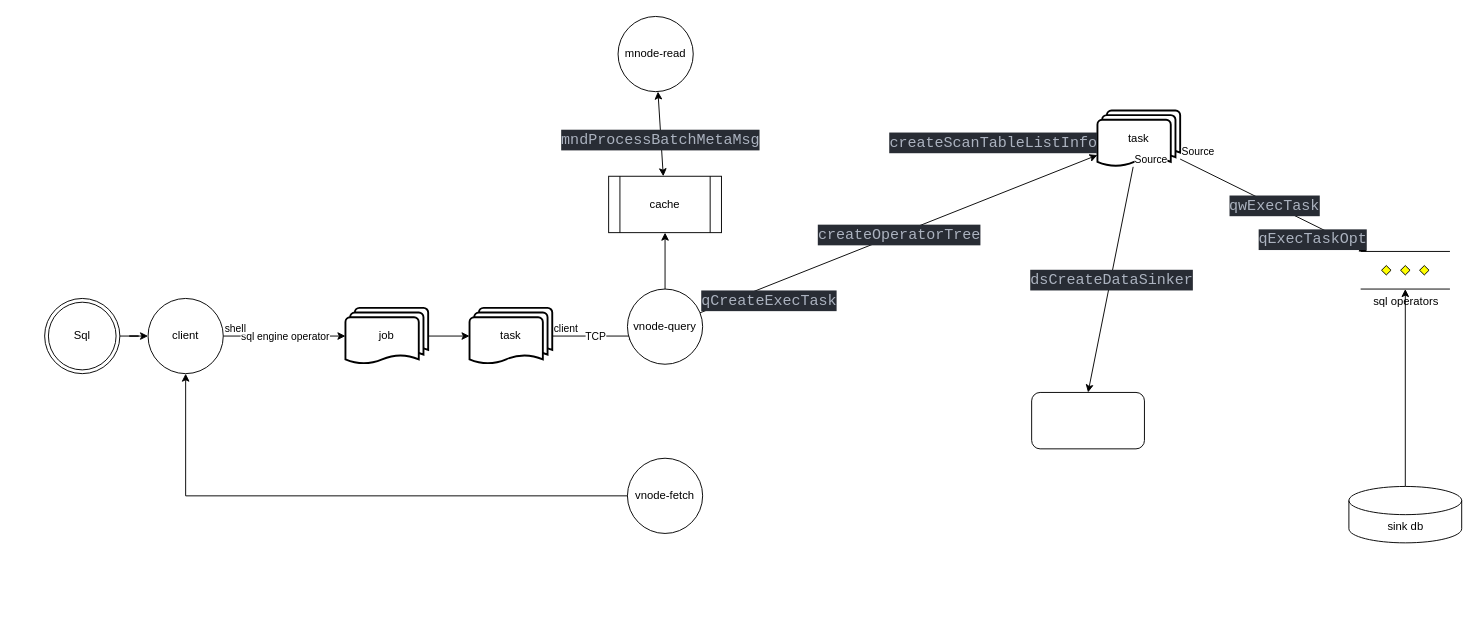
This is TDengine_stream_select.drawio from iTheds/draft_diagrams, a draw.io file, before an edit. Source tidied: cells renumbered, new cells numbered last; positions are measured from the earlier drawing's top-left corner, leaving out a move shared by most shapes. Both pictures are drawn from the tidied source at 94%, with x=0, y=0 at pixel (44, 16).
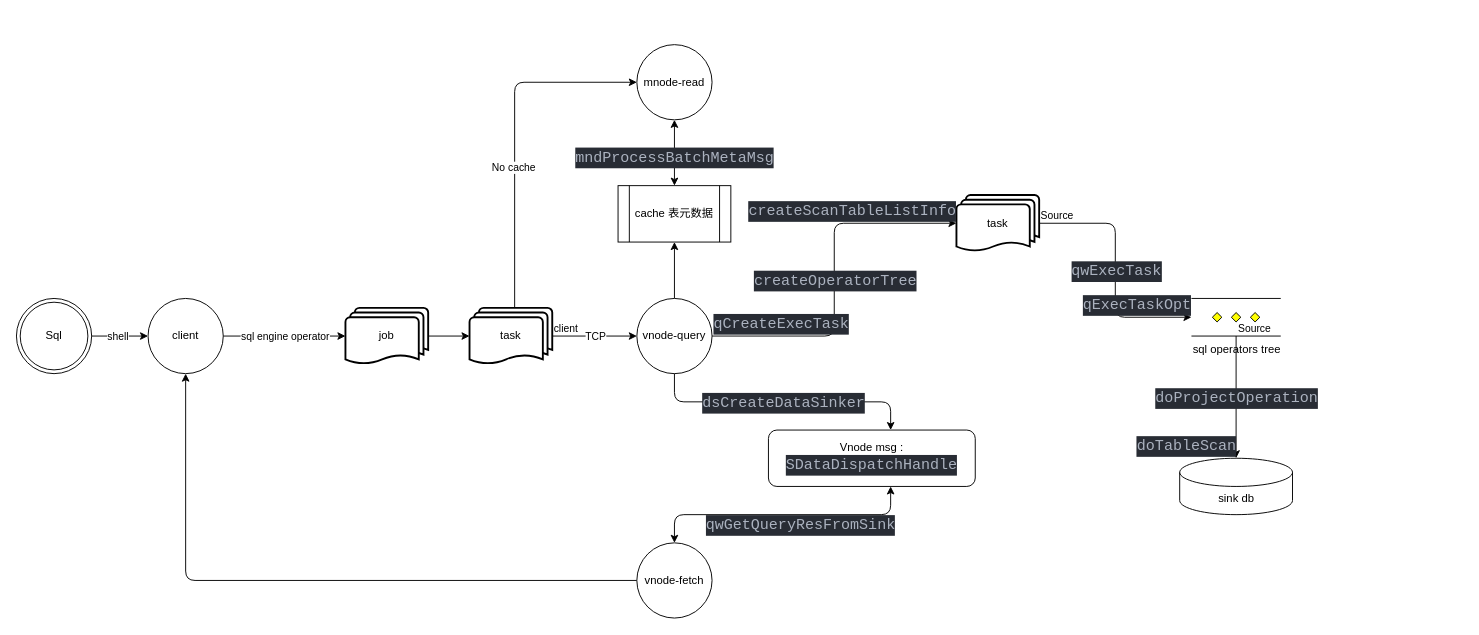
After the change.

The change refers to these unchanged cells:
```xml
<mxCell id="7" style="edgeStyle=orthogonalEdgeStyle;rounded=0;jettySize=auto;html=1;" parent="1" edge="1" source="8" target="36">
  <mxGeometry relative="1" as="geometry" />
</mxCell>
<mxCell id="9" value="task" style="strokeWidth=2;html=1;shape=mxgraph.flowchart.multi-document;whiteSpace=wrap;" parent="1" vertex="1">
  <mxGeometry x="452" y="310" width="88" height="60" as="geometry" />
</mxCell>
<mxCell id="10" style="endArrow=classic;html=1;rounded=0;" parent="1" edge="1" source="36" target="6">
  <mxGeometry relative="1" as="geometry" />
</mxCell>
<mxCell id="36" value="client" style="ellipse;whiteSpace=wrap;html=1;" parent="1" vertex="1">
  <mxGeometry x="110" y="300" width="80" height="80" as="geometry" />
</mxCell>
```

The edit, as a diff of the source:
```diff
@@
-    <mxCell id="2" style="endArrow=classic;html=1;rounded=0;" parent="1" edge="1" source="9">
-      <mxGeometry relative="1" as="geometry">
-        <mxPoint x="630" y="340" as="targetPoint" />
-      </mxGeometry>
+    <mxCell id="2" style="endArrow=classic;html=1;rounded=0;" parent="1" edge="1" source="9" target="14">
+      <mxGeometry relative="1" as="geometry" />
     </mxCell>
@@
+    <mxCell id="12" value="shell" style="edgeLabel;html=1;align=center;verticalAlign=middle;" parent="7" vertex="1">
+      <mxGeometry x="0.22" y="-3" relative="1" as="geometry">
+        <mxPoint x="-10" y="-3" as="offset" />
+      </mxGeometry>
+    </mxCell>
     <mxCell id="8" value="&lt;div&gt;Sql&lt;/div&gt;" style="ellipse;shape=doubleEllipse;whiteSpace=wrap;html=1;" parent="1" vertex="1">
-      <mxGeometry y="300" width="80" height="80" as="geometry" />
+      <mxGeometry x="-30" y="300" width="80" height="80" as="geometry" />
     </mxCell>
+    <mxCell id="38" style="edgeStyle=orthogonalEdgeStyle;rounded=1;jettySize=auto;html=1;entryX=0;entryY=0.5;entryDx=0;entryDy=0;" parent="1" edge="1" source="9" target="15">
+      <mxGeometry relative="1" as="geometry">
+        <Array as="points">
+          <mxPoint x="500" y="70" />
+        </Array>
+      </mxGeometry>
+    </mxCell>
+    <mxCell id="39" value="No cache" style="edgeLabel;html=1;align=center;verticalAlign=middle;" parent="38" vertex="1">
+      <mxGeometry x="-0.19" y="2" relative="1" as="geometry" />
+    </mxCell>
@@
-    <mxCell id="12" value="shell" style="edgeLabel;html=1;align=left;verticalAlign=bottom;" parent="10" vertex="1">
-      <mxGeometry x="-1" relative="1" as="geometry" />
-    </mxCell>
@@
     <mxCell id="14" value="vnode-query" style="ellipse;whiteSpace=wrap;html=1;" parent="1" vertex="1">
-      <mxGeometry x="620" y="290" width="80" height="80" as="geometry" />
+      <mxGeometry x="630" y="300" width="80" height="80" as="geometry" />
     </mxCell>
     <mxCell id="15" value="mnode-read" style="ellipse;whiteSpace=wrap;html=1;" parent="1" vertex="1">
-      <mxGeometry x="610" width="80" height="80" as="geometry" />
+      <mxGeometry x="630" y="30" width="80" height="80" as="geometry" />
     </mxCell>
-    <mxCell id="16" style="edgeStyle=orthogonalEdgeStyle;rounded=0;jettySize=auto;html=1;entryX=0.5;entryY=1;entryDx=0;entryDy=0;" parent="1" edge="1" source="17" target="36">
+    <mxCell id="16" style="edgeStyle=orthogonalEdgeStyle;rounded=1;jettySize=auto;html=1;entryX=0.5;entryY=1;entryDx=0;entryDy=0;" parent="1" edge="1" source="17" target="36">
       <mxGeometry relative="1" as="geometry" />
     </mxCell>
     <mxCell id="17" value="vnode-fetch" style="ellipse;whiteSpace=wrap;html=1;" parent="1" vertex="1">
-      <mxGeometry x="620" y="470" width="80" height="80" as="geometry" />
+      <mxGeometry x="630" y="560" width="80" height="80" as="geometry" />
     </mxCell>
     <mxCell id="18" value="task" style="strokeWidth=2;html=1;shape=mxgraph.flowchart.multi-document;whiteSpace=wrap;" parent="1" vertex="1">
-      <mxGeometry x="1120" y="100" width="88" height="60" as="geometry" />
+      <mxGeometry x="970" y="190" width="88" height="60" as="geometry" />
     </mxCell>
-    <mxCell id="19" style="endArrow=classic;html=1;rounded=0;" parent="1" edge="1" source="14" target="18">
+    <mxCell id="19" style="endArrow=classic;html=1;rounded=1;edgeStyle=elbowEdgeStyle;" parent="1" edge="1" source="14" target="18">
       <mxGeometry relative="1" as="geometry" />
     </mxCell>
@@
-    <mxCell id="23" style="endArrow=classic;html=1;rounded=0;" parent="1" edge="1" source="18">
+    <mxCell id="23" style="endArrow=classic;html=1;rounded=1;edgeStyle=orthogonalEdgeStyle;" parent="1" edge="1" source="14" target="37">
       <mxGeometry relative="1" as="geometry">
-        <mxPoint x="1110" y="400" as="targetPoint" />
+        <Array as="points">
+          <mxPoint x="670" y="410" />
+          <mxPoint x="900" y="410" />
+        </Array>
       </mxGeometry>
     </mxCell>
@@
-    <mxCell id="25" value="Source" style="edgeLabel;html=1;align=left;verticalAlign=bottom;" parent="23" vertex="1">
-      <mxGeometry x="-1" relative="1" as="geometry" />
-    </mxCell>
-    <mxCell id="26" style="endArrow=classic;html=1;rounded=0;" parent="1" edge="1" source="18" target="30">
+    <mxCell id="26" style="endArrow=classic;html=1;rounded=1;edgeStyle=elbowEdgeStyle;" parent="1" edge="1" source="18" target="30">
       <mxGeometry relative="1" as="geometry" />
     </mxCell>
@@
-    <mxCell id="30" value="sql operators" style="verticalLabelPosition=bottom;verticalAlign=top;html=1;shape=mxgraph.flowchart.parallel_mode;fillStyle=auto;" parent="1" vertex="1">
-      <mxGeometry x="1400" y="250" width="95" height="40" as="geometry" />
+    <mxCell id="30" value="sql operators tree" style="verticalLabelPosition=bottom;verticalAlign=top;html=1;shape=mxgraph.flowchart.parallel_mode;fillStyle=auto;" parent="1" vertex="1">
+      <mxGeometry x="1220" y="300" width="95" height="40" as="geometry" />
     </mxCell>
-    <mxCell id="31" style="edgeStyle=orthogonalEdgeStyle;rounded=0;jettySize=auto;html=1;" parent="1" edge="1" source="32" target="30">
-      <mxGeometry relative="1" as="geometry" />
-    </mxCell>
     <mxCell id="32" value="sink db" style="shape=cylinder3;whiteSpace=wrap;html=1;boundedLbl=1;backgroundOutline=1;size=15;" parent="1" vertex="1">
-      <mxGeometry x="1387.5" y="500" width="120" height="60" as="geometry" />
+      <mxGeometry x="1207.5" y="470" width="120" height="60" as="geometry" />
     </mxCell>
-    <mxCell id="33" value="cache" style="shape=process;whiteSpace=wrap;html=1;backgroundOutline=1;" parent="1" vertex="1">
-      <mxGeometry x="600" y="170" width="120" height="60" as="geometry" />
+    <mxCell id="33" value="cache 表元数据" style="shape=process;whiteSpace=wrap;html=1;backgroundOutline=1;" parent="1" vertex="1">
+      <mxGeometry x="610" y="180" width="120" height="60" as="geometry" />
     </mxCell>
@@
-    <mxCell id="37" style="rounded=1;whiteSpace=wrap;html=1;" parent="1" vertex="1">
-      <mxGeometry x="1050" y="400" width="120" height="60" as="geometry" />
+    <mxCell id="37" value="Vnode msg : &lt;br&gt;&lt;div style=&quot;color: rgb(171, 178, 191); background-color: rgb(40, 44, 52); font-family: &amp;quot;Cascadia Code&amp;quot;, &amp;quot;Cascadia Code&amp;quot;, monospace, &amp;quot;Droid Sans Mono&amp;quot;, &amp;quot;monospace&amp;quot;, monospace; font-weight: normal; font-size: 16px; line-height: 22px;&quot;&gt;&lt;div&gt;SDataDispatchHandle&lt;/div&gt;&lt;/div&gt;" style="rounded=1;whiteSpace=wrap;html=1;" parent="1" vertex="1">
+      <mxGeometry x="770" y="440" width="220" height="60" as="geometry" />
     </mxCell>
+    <mxCell id="40" style="endArrow=classic;html=1;rounded=0;" parent="1" edge="1" source="30" target="32">
+      <mxGeometry relative="1" as="geometry" />
+    </mxCell>
+    <mxCell id="41" value="&lt;div style=&quot;color: rgb(171, 178, 191); background-color: rgb(40, 44, 52); font-family: &amp;quot;Cascadia Code&amp;quot;, &amp;quot;Cascadia Code&amp;quot;, monospace, &amp;quot;Droid Sans Mono&amp;quot;, &amp;quot;monospace&amp;quot;, monospace; font-weight: normal; font-size: 16px; line-height: 22px;&quot;&gt;&lt;div&gt;doProjectOperation&lt;/div&gt;&lt;/div&gt;" style="edgeLabel;html=1;align=center;verticalAlign=middle;" parent="40" vertex="1">
+      <mxGeometry relative="1" as="geometry" />
+    </mxCell>
+    <mxCell id="25" value="Source" style="edgeLabel;html=1;align=left;verticalAlign=bottom;" parent="40" vertex="1">
+      <mxGeometry x="-1" relative="1" as="geometry" />
+    </mxCell>
+    <mxCell id="42" value="&lt;div style=&quot;color: rgb(171, 178, 191); background-color: rgb(40, 44, 52); font-family: &amp;quot;Cascadia Code&amp;quot;, &amp;quot;Cascadia Code&amp;quot;, monospace, &amp;quot;Droid Sans Mono&amp;quot;, &amp;quot;monospace&amp;quot;, monospace; font-weight: normal; font-size: 16px; line-height: 22px;&quot;&gt;&lt;div&gt;doTableScan&lt;/div&gt;&lt;/div&gt;" style="edgeLabel;html=1;align=right;verticalAlign=bottom;" parent="40" vertex="1">
+      <mxGeometry x="1" relative="1" as="geometry" />
+    </mxCell>
+    <mxCell id="43" style="endArrow=classic;startArrow=classic;html=1;rounded=1;edgeStyle=orthogonalEdgeStyle;" parent="1" edge="1" source="17" target="37">
+      <mxGeometry relative="1" as="geometry">
+        <Array as="points">
+          <mxPoint x="670" y="530" />
+          <mxPoint x="900" y="530" />
+        </Array>
+      </mxGeometry>
+    </mxCell>
+    <mxCell id="44" value="&lt;div style=&quot;color: rgb(171, 178, 191); background-color: rgb(40, 44, 52); font-family: &amp;quot;Cascadia Code&amp;quot;, &amp;quot;Cascadia Code&amp;quot;, monospace, &amp;quot;Droid Sans Mono&amp;quot;, &amp;quot;monospace&amp;quot;, monospace; font-weight: normal; font-size: 16px; line-height: 22px;&quot;&gt;&lt;div&gt;qwGetQueryResFromSink&lt;/div&gt;&lt;/div&gt;" style="edgeLabel;html=1;align=center;verticalAlign=middle;" parent="43" vertex="1">
+      <mxGeometry x="-0.31" y="-1" relative="1" as="geometry">
+        <mxPoint x="63" y="9" as="offset" />
+      </mxGeometry>
+    </mxCell>
```
